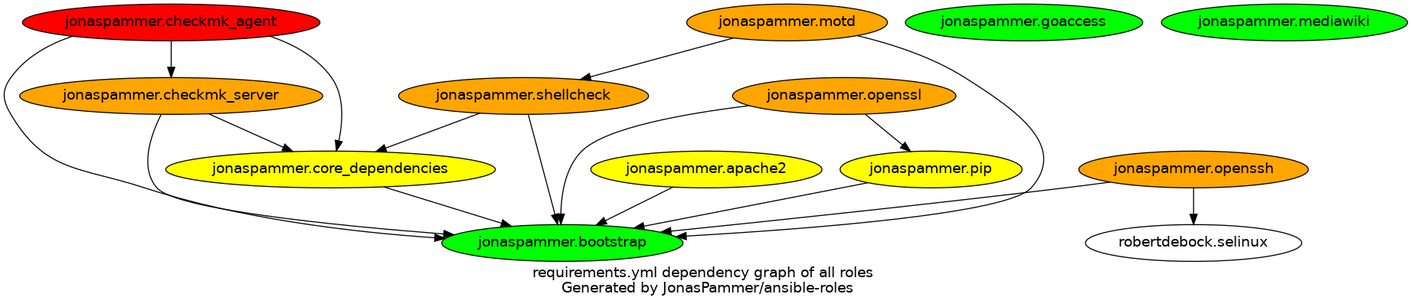
This is graphs/dependencies_ALL.png from JonasPammer/ansible-roles, a Graphviz export, as it was before one commit. Its source is kept beside it as graphs/dependencies_ALL.dot.
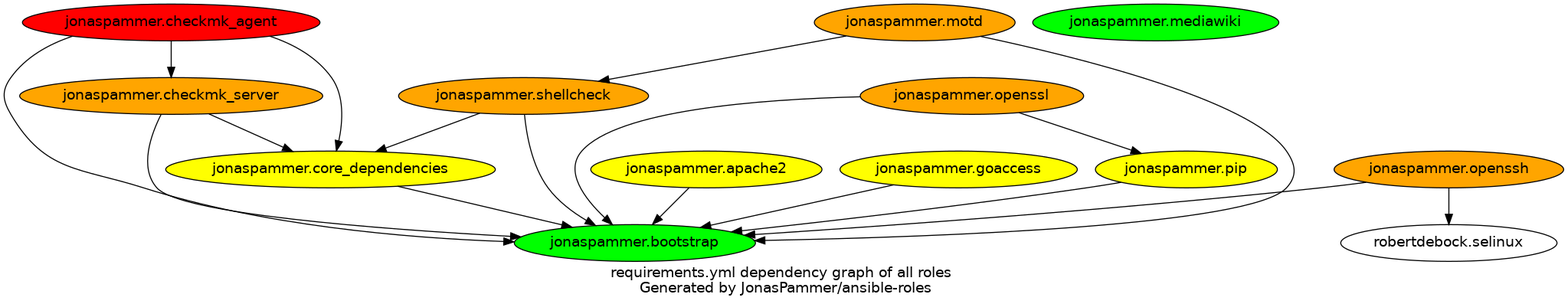
Later version of the same file.

What changed in the source:
```diff
@@ -12,7 +12,7 @@
     "jonaspammer.motd" [fillcolor=orange style=filled]
     "jonaspammer.apache2" [fillcolor=yellow style=filled]
     "jonaspammer.openssl" [fillcolor=orange style=filled]
-    "jonaspammer.goaccess" [fillcolor=green style=filled]
+    "jonaspammer.goaccess" [fillcolor=yellow style=filled]
     "jonaspammer.mediawiki" [fillcolor=green style=filled]
   }
 
@@ -26,4 +26,5 @@
   "jonaspammer.motd" -> {"jonaspammer.bootstrap" "jonaspammer.shellcheck"}
   "jonaspammer.apache2" -> {"jonaspammer.bootstrap"}
   "jonaspammer.openssl" -> {"jonaspammer.pip" "jonaspammer.bootstrap"}
+  "jonaspammer.goaccess" -> {"jonaspammer.bootstrap"}
 }
```
